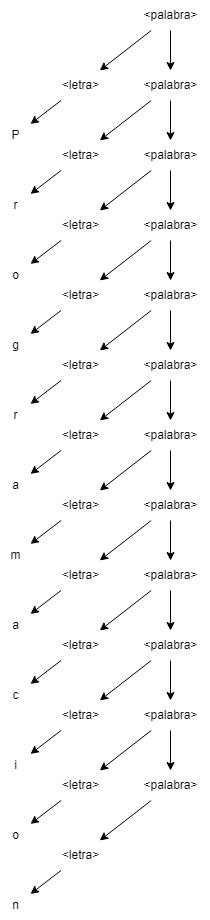
This is 1er_semestre/CPLP/Practicas/Practicas_resueltas/Practica_2/Ejercicio_8_b_CPLP.drawio.png from Pedro0604/3ro-LS-LI-APU, a draw.io export, as it was before one commit. Source tidied: cells renumbered, new cells last; positions are measured from the earlier drawing's top-left corner, leaving out a move shared by most shapes.
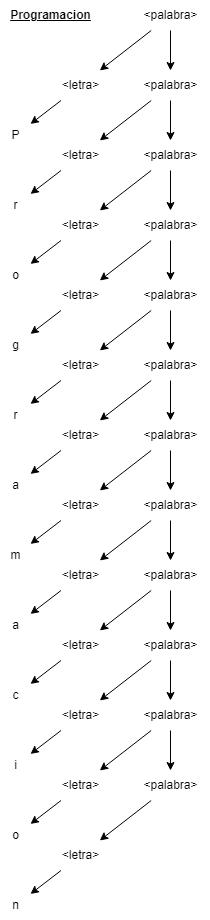
The same diagram one commit later.

Commit message:
CPLP - Practica 2

Diff of the diagram source:
```diff
@@ -215,5 +215,8 @@
     <mxCell id="72" value="n" style="text;html=1;align=center;verticalAlign=middle;points=[];strokeColor=none;fillColor=none;" parent="1" vertex="1">
       <mxGeometry y="890" width="30" height="30" as="geometry" />
     </mxCell>
+    <mxCell id="73" value="&lt;u&gt;&lt;b&gt;Programacion&lt;/b&gt;&lt;/u&gt;" style="text;html=1;align=center;verticalAlign=middle;strokeColor=none;fillColor=none;" parent="1" vertex="1">
+      <mxGeometry width="100" height="30" as="geometry" />
+    </mxCell>
   </root>
 </mxGraphModel>
```
